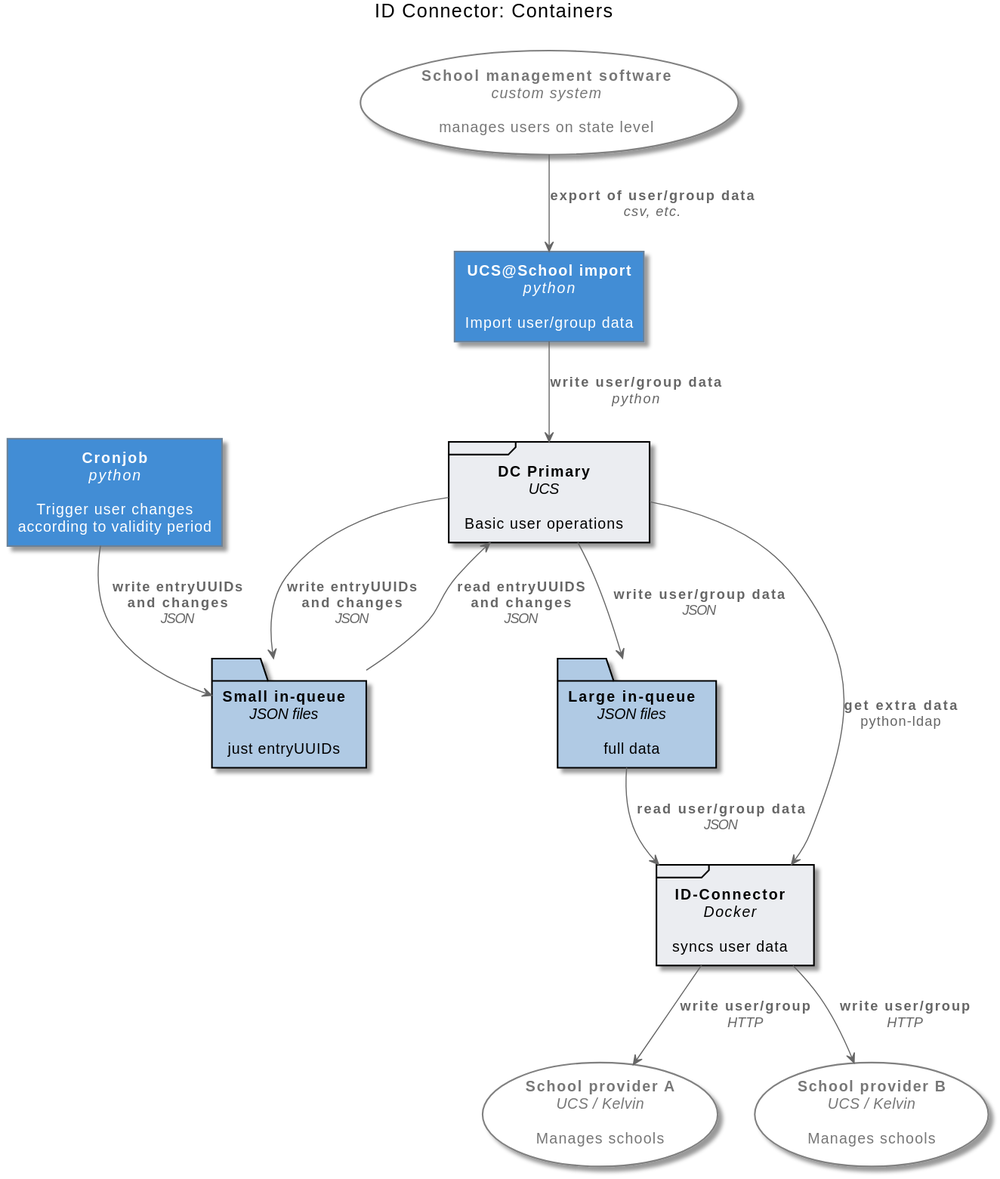
univention/ucsschool-id-connector keeps this PlantUML diagram as docs/source/static/id-connector-containers.svg. Above is the earlier version.
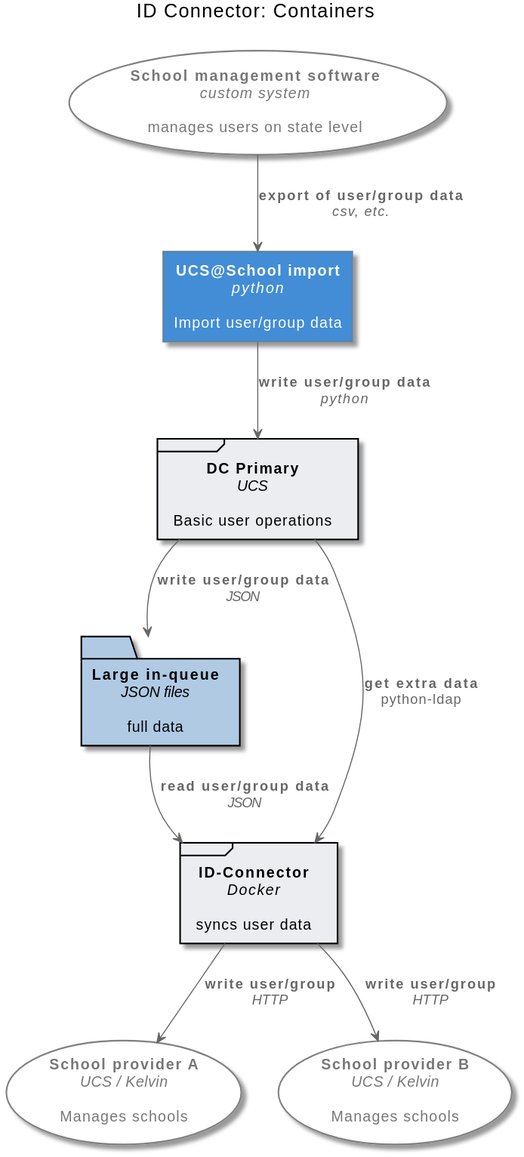
After the change.

Diff of the diagram source:
```diff
@@ -8,12 +8,7 @@
 !include object_importer.puml
 !include object_primary.puml
 
-
-!include object_cronjob.puml
-!include object_small_queue.puml
 !include object_large_queue.puml
-
-
 
 !include object_id_connector.puml
 
@@ -22,9 +17,6 @@
 
 sms --> importer : <b>export of user/group data\n<i>csv, etc.
 importer --> primary: <b>write user/group data\n<i>python
-cronjob --> small_queue: <b>write entryUUIDs\n<b>and changes\n<i>JSON
-primary --> small_queue: <b>write entryUUIDs\n<b>and changes\n<i>JSON
-small_queue --> primary: <b>read entryUUIDS\n<b>and changes\n<i>JSON
 primary --> large_queue: <b>write user/group data\n<i>JSON
 large_queue --> id_connector:<b>read user/group data\n<i>JSON
 id_connector --> school_provider_a:<b>write user/group\n<i>HTTP
```
